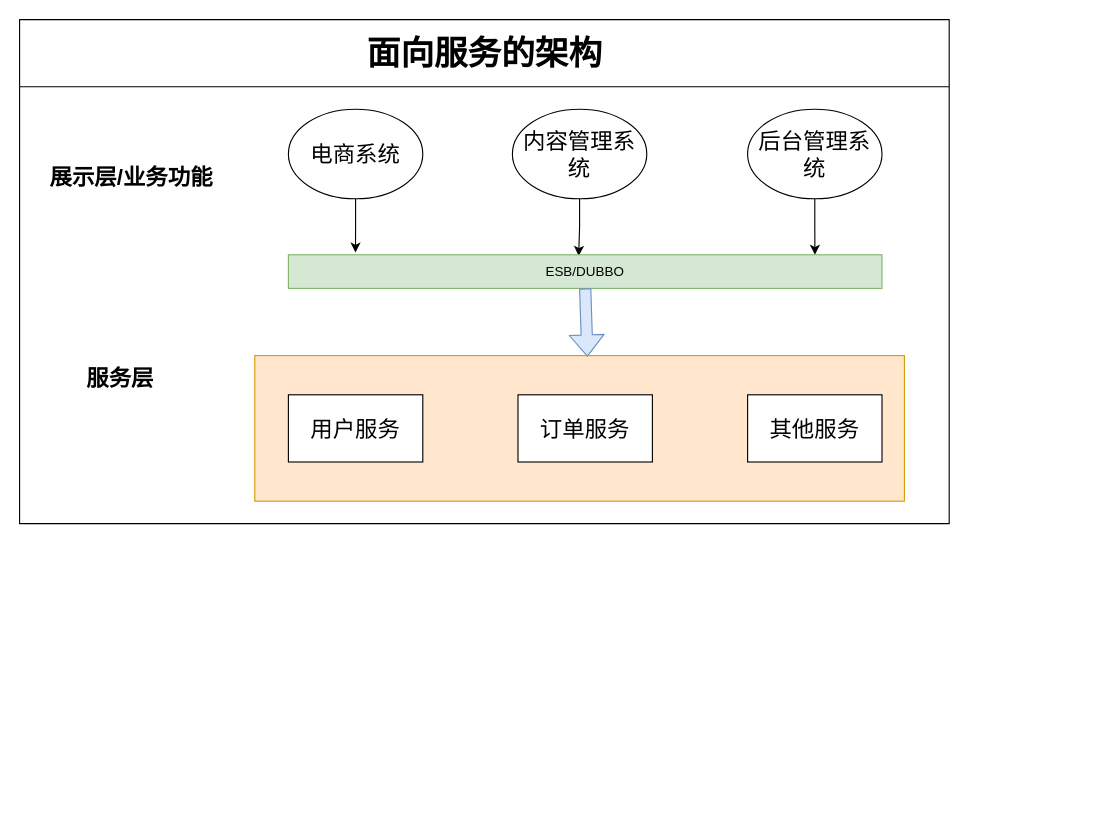
Above: microservice/SOA.drawio in igdnss/blog (draw.io), before the change. Source tidied: cells renumbered, new cells numbered last; positions are measured from the earlier drawing's top-left corner, leaving out a move shared by most shapes. Both pictures are drawn from the tidied source at 112%, with x=0, y=0 at pixel (19, 19).
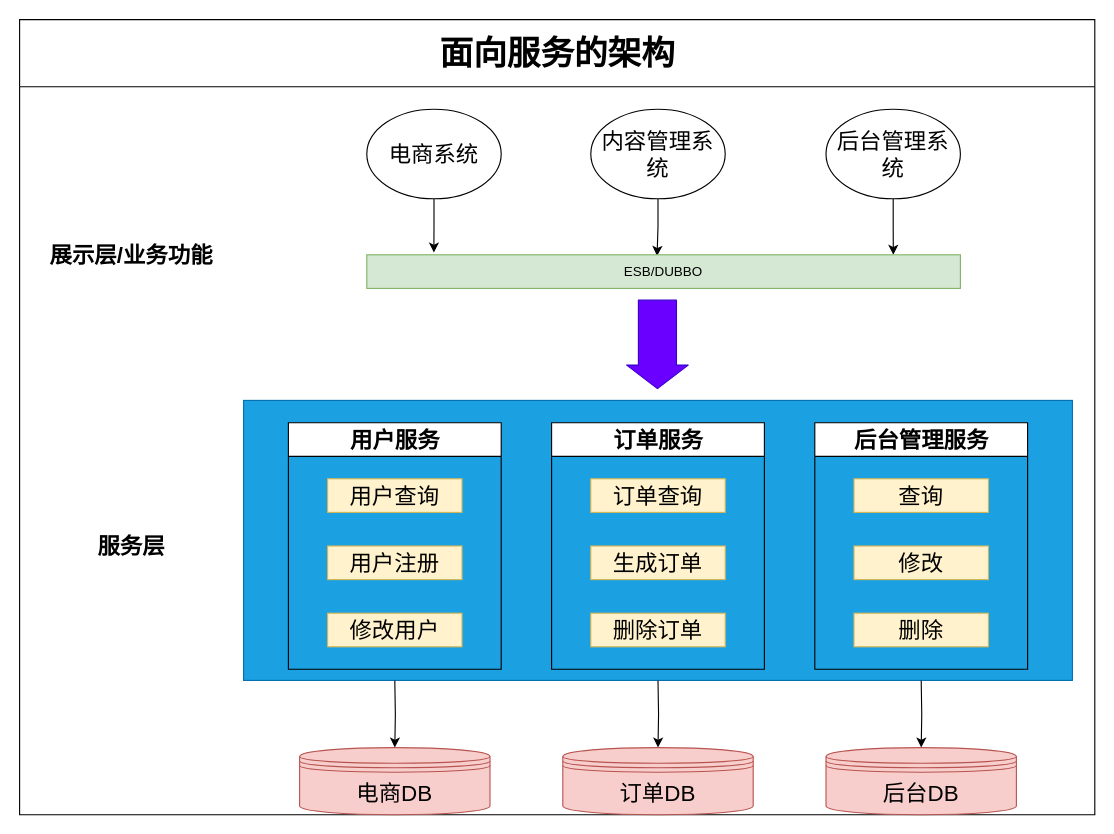
The same diagram, later.

Diff of the diagram source:
```diff
@@
     <mxCell id="2" value="面向服务的架构" style="swimlane;html=1;startSize=60;horizontal=1;containerType=tree;newEdgeStyle={&quot;edgeStyle&quot;:&quot;elbowEdgeStyle&quot;,&quot;startArrow&quot;:&quot;none&quot;,&quot;endArrow&quot;:&quot;none&quot;};fontSize=30;fontStyle=1;" parent="1" vertex="1">
-      <mxGeometry width="830" height="450" as="geometry" />
+      <mxGeometry width="960" height="710" as="geometry" />
     </mxCell>
-    <mxCell id="3" style="rounded=0;whiteSpace=wrap;html=1;fillColor=#ffe6cc;strokeColor=#d79b00;" parent="2" vertex="1">
-      <mxGeometry x="210" y="300" width="580" height="130" as="geometry" />
-    </mxCell>
-    <mxCell id="4" value="&lt;font style=&quot;font-size: 20px&quot;&gt;服务层&lt;/font&gt;" style="rounded=0;whiteSpace=wrap;html=1;fontSize=20;fontStyle=1;strokeColor=none;" parent="2" vertex="1">
-      <mxGeometry x="10" y="290" width="160" height="60" as="geometry" />
-    </mxCell>
-    <mxCell id="5" value="&lt;font style=&quot;font-size: 20px;&quot;&gt;展示层/业务功能&lt;/font&gt;" style="rounded=0;whiteSpace=wrap;html=1;fontSize=20;fontStyle=1;strokeColor=none;" parent="2" vertex="1">
-      <mxGeometry x="20" y="110" width="160" height="60" as="geometry" />
-    </mxCell>
@@
     <mxCell id="7" value="内容管理系统" style="ellipse;whiteSpace=wrap;html=1;fontSize=20;" parent="2" vertex="1">
-      <mxGeometry x="440" y="80" width="120" height="80" as="geometry" />
+      <mxGeometry x="510" y="80" width="120" height="80" as="geometry" />
     </mxCell>
@@
     <mxCell id="9" value="电商系统" style="ellipse;whiteSpace=wrap;html=1;fontSize=20;" parent="2" vertex="1">
-      <mxGeometry x="240" y="80" width="120" height="80" as="geometry" />
+      <mxGeometry x="310" y="80" width="120" height="80" as="geometry" />
     </mxCell>
@@
     <mxCell id="11" value="后台管理系统" style="ellipse;whiteSpace=wrap;html=1;fontSize=20;" parent="2" vertex="1">
-      <mxGeometry x="650" y="80" width="120" height="80" as="geometry" />
+      <mxGeometry x="720" y="80" width="120" height="80" as="geometry" />
     </mxCell>
+    <mxCell id="15" value="ESB/DUBBO" style="rounded=0;whiteSpace=wrap;html=1;fillColor=#d5e8d4;strokeColor=#82b366;" parent="2" vertex="1">
+      <mxGeometry x="310" y="210" width="530" height="30" as="geometry" />
+    </mxCell>
+    <mxCell id="17" style="shape=flexArrow;endArrow=classic;html=1;fontSize=20;width=34;endSize=6.67;fillColor=#6a00ff;strokeColor=#3700CC;" parent="2" edge="1">
+      <mxGeometry relative="1" as="geometry">
+        <mxPoint x="569.5" y="250" as="sourcePoint" />
+        <mxPoint x="569.5" y="330" as="targetPoint" />
+      </mxGeometry>
+    </mxCell>
+    <mxCell id="18" style="rounded=0;whiteSpace=wrap;html=1;fontSize=20;fillColor=#1ba1e2;strokeColor=#006EAF;fontColor=#ffffff;" parent="2" vertex="1">
+      <mxGeometry x="200" y="340" width="740" height="250" as="geometry" />
+    </mxCell>
-    <mxCell id="12" value="用户服务" style="rounded=0;whiteSpace=wrap;html=1;fontSize=20;" parent="2" vertex="1">
-      <mxGeometry x="240" y="335" width="120" height="60" as="geometry" />
+    <mxCell id="12" value="用户服务" style="swimlane;html=1;startSize=30;horizontal=1;containerType=tree;newEdgeStyle={&quot;edgeStyle&quot;:&quot;elbowEdgeStyle&quot;,&quot;startArrow&quot;:&quot;none&quot;,&quot;endArrow&quot;:&quot;none&quot;};fontSize=20;" parent="2" vertex="1">
+      <mxGeometry x="240" y="360" width="190" height="220" as="geometry" />
     </mxCell>
+    <mxCell id="19" value="用户查询" style="rounded=0;whiteSpace=wrap;html=1;fillColor=#fff2cc;strokeColor=#d6b656;fontSize=20;" parent="12" vertex="1">
+      <mxGeometry x="35" y="50" width="120" height="30" as="geometry" />
+    </mxCell>
+    <mxCell id="20" value="用户注册" style="rounded=0;whiteSpace=wrap;html=1;fillColor=#fff2cc;strokeColor=#d6b656;fontSize=20;" parent="12" vertex="1">
+      <mxGeometry x="35" y="110" width="120" height="30" as="geometry" />
+    </mxCell>
+    <mxCell id="21" value="修改用户" style="rounded=0;whiteSpace=wrap;html=1;fillColor=#fff2cc;strokeColor=#d6b656;fontSize=20;" parent="12" vertex="1">
+      <mxGeometry x="35" y="170" width="120" height="30" as="geometry" />
+    </mxCell>
+    <mxCell id="22" style="edgeStyle=orthogonalEdgeStyle;rounded=0;jettySize=auto;html=1;entryX=0.5;entryY=0;entryDx=0;entryDy=0;fontSize=20;" parent="2" edge="1" target="33">
+      <mxGeometry relative="1" as="geometry">
+        <mxPoint x="805" y="590" as="sourcePoint" />
+      </mxGeometry>
+    </mxCell>
+    <mxCell id="23" value="后台管理服务" style="swimlane;html=1;startSize=30;horizontal=1;containerType=tree;newEdgeStyle={&quot;edgeStyle&quot;:&quot;elbowEdgeStyle&quot;,&quot;startArrow&quot;:&quot;none&quot;,&quot;endArrow&quot;:&quot;none&quot;};fontSize=20;" parent="2" vertex="1">
+      <mxGeometry x="710" y="360" width="190" height="220" as="geometry" />
+    </mxCell>
+    <mxCell id="24" value="查询" style="rounded=0;whiteSpace=wrap;html=1;fillColor=#fff2cc;strokeColor=#d6b656;fontSize=20;" parent="23" vertex="1">
+      <mxGeometry x="35" y="50" width="120" height="30" as="geometry" />
+    </mxCell>
+    <mxCell id="25" value="修改" style="rounded=0;whiteSpace=wrap;html=1;fillColor=#fff2cc;strokeColor=#d6b656;fontSize=20;" parent="23" vertex="1">
+      <mxGeometry x="35" y="110" width="120" height="30" as="geometry" />
+    </mxCell>
+    <mxCell id="26" value="删除" style="rounded=0;whiteSpace=wrap;html=1;fillColor=#fff2cc;strokeColor=#d6b656;fontSize=20;" parent="23" vertex="1">
+      <mxGeometry x="35" y="170" width="120" height="30" as="geometry" />
+    </mxCell>
+    <mxCell id="27" style="edgeStyle=orthogonalEdgeStyle;rounded=0;jettySize=auto;html=1;fontSize=20;" parent="2" edge="1" target="32">
+      <mxGeometry relative="1" as="geometry">
+        <mxPoint x="570" y="590" as="sourcePoint" />
+      </mxGeometry>
+    </mxCell>
-    <mxCell id="13" value="订单服务" style="rounded=0;whiteSpace=wrap;html=1;fontSize=20;" parent="2" vertex="1">
-      <mxGeometry x="445" y="335" width="120" height="60" as="geometry" />
+    <mxCell id="13" value="订单服务" style="swimlane;html=1;startSize=30;horizontal=1;containerType=tree;newEdgeStyle={&quot;edgeStyle&quot;:&quot;elbowEdgeStyle&quot;,&quot;startArrow&quot;:&quot;none&quot;,&quot;endArrow&quot;:&quot;none&quot;};fontSize=20;" parent="2" vertex="1">
+      <mxGeometry x="475" y="360" width="190" height="220" as="geometry" />
     </mxCell>
-    <mxCell id="14" value="其他服务" style="rounded=0;whiteSpace=wrap;html=1;fontSize=20;" parent="2" vertex="1">
-      <mxGeometry x="650" y="335" width="120" height="60" as="geometry" />
-    </mxCell>
-    <mxCell id="15" value="ESB/DUBBO" style="rounded=0;whiteSpace=wrap;html=1;fillColor=#d5e8d4;strokeColor=#82b366;" parent="2" vertex="1">
-      <mxGeometry x="240" y="210" width="530" height="30" as="geometry" />
-    </mxCell>
-    <mxCell id="16" style="shape=flexArrow;endArrow=classic;html=1;exitX=0.5;exitY=1;exitDx=0;exitDy=0;entryX=0.512;entryY=0.008;entryDx=0;entryDy=0;entryPerimeter=0;fillColor=#dae8fc;strokeColor=#6c8ebf;" parent="2" edge="1" source="15" target="3">
-      <mxGeometry relative="1" as="geometry" />
-    </mxCell>
+    <mxCell id="28" value="订单查询" style="rounded=0;whiteSpace=wrap;html=1;fillColor=#fff2cc;strokeColor=#d6b656;fontSize=20;" parent="13" vertex="1">
+      <mxGeometry x="35" y="50" width="120" height="30" as="geometry" />
+    </mxCell>
+    <mxCell id="29" value="生成订单" style="rounded=0;whiteSpace=wrap;html=1;fillColor=#fff2cc;strokeColor=#d6b656;fontSize=20;" parent="13" vertex="1">
+      <mxGeometry x="35" y="110" width="120" height="30" as="geometry" />
+    </mxCell>
+    <mxCell id="30" value="删除订单" style="rounded=0;whiteSpace=wrap;html=1;fillColor=#fff2cc;strokeColor=#d6b656;fontSize=20;" parent="13" vertex="1">
+      <mxGeometry x="35" y="170" width="120" height="30" as="geometry" />
+    </mxCell>
+    <mxCell id="31" value="电商DB" style="shape=datastore;whiteSpace=wrap;html=1;fontSize=20;fillColor=#f8cecc;strokeColor=#b85450;" parent="2" vertex="1">
+      <mxGeometry x="250" y="650" width="170" height="60" as="geometry" />
+    </mxCell>
+    <mxCell id="32" value="订单DB" style="shape=datastore;whiteSpace=wrap;html=1;fontSize=20;fillColor=#f8cecc;strokeColor=#b85450;" parent="2" vertex="1">
+      <mxGeometry x="485" y="650" width="170" height="60" as="geometry" />
+    </mxCell>
+    <mxCell id="33" value="后台DB" style="shape=datastore;whiteSpace=wrap;html=1;fontSize=20;fillColor=#f8cecc;strokeColor=#b85450;" parent="2" vertex="1">
+      <mxGeometry x="720" y="650" width="170" height="60" as="geometry" />
+    </mxCell>
+    <mxCell id="34" style="edgeStyle=orthogonalEdgeStyle;rounded=0;jettySize=auto;html=1;entryX=0.5;entryY=0;entryDx=0;entryDy=0;fontSize=20;" parent="2" edge="1" target="31">
+      <mxGeometry relative="1" as="geometry">
+        <mxPoint x="335" y="590" as="sourcePoint" />
+      </mxGeometry>
+    </mxCell>
+    <mxCell id="5" value="&lt;font style=&quot;font-size: 20px;&quot;&gt;展示层/业务功能&lt;/font&gt;" style="rounded=0;whiteSpace=wrap;html=1;fontSize=20;fontStyle=1;strokeColor=none;" parent="2" vertex="1">
+      <mxGeometry x="20" y="180" width="160" height="60" as="geometry" />
+    </mxCell>
+    <mxCell id="4" value="&lt;font style=&quot;font-size: 20px&quot;&gt;服务层&lt;/font&gt;" style="rounded=0;whiteSpace=wrap;html=1;fontSize=20;fontStyle=1;strokeColor=none;" parent="2" vertex="1">
+      <mxGeometry x="20" y="440" width="160" height="60" as="geometry" />
+    </mxCell>
```
